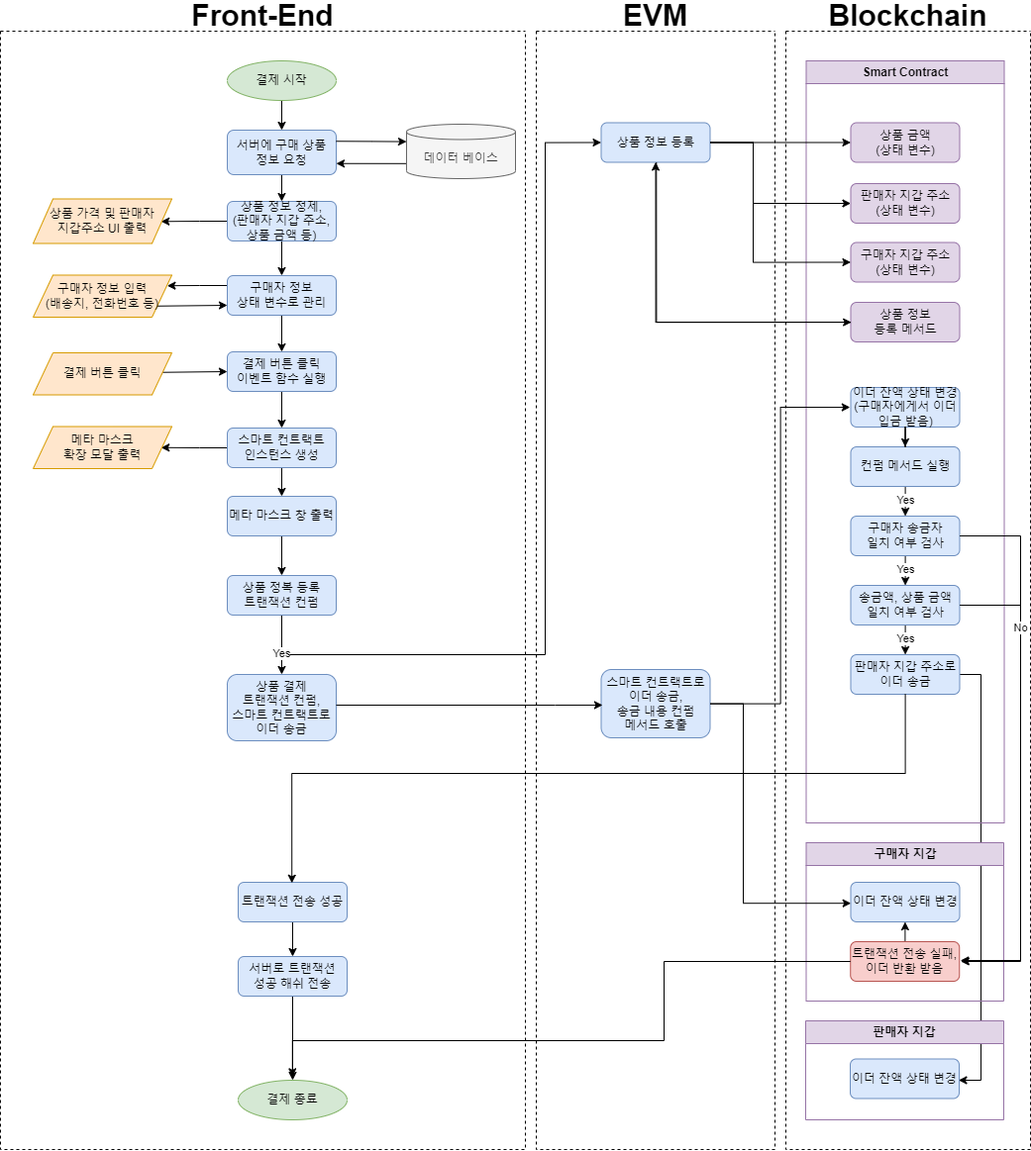
Earlier version of the draw.io export pay-flowchart.drawio.png (djLee77/web3-front). Source tidied: cells renumbered, new cells last; positions are measured from the earlier drawing's top-left corner, leaving out a move shared by most shapes.
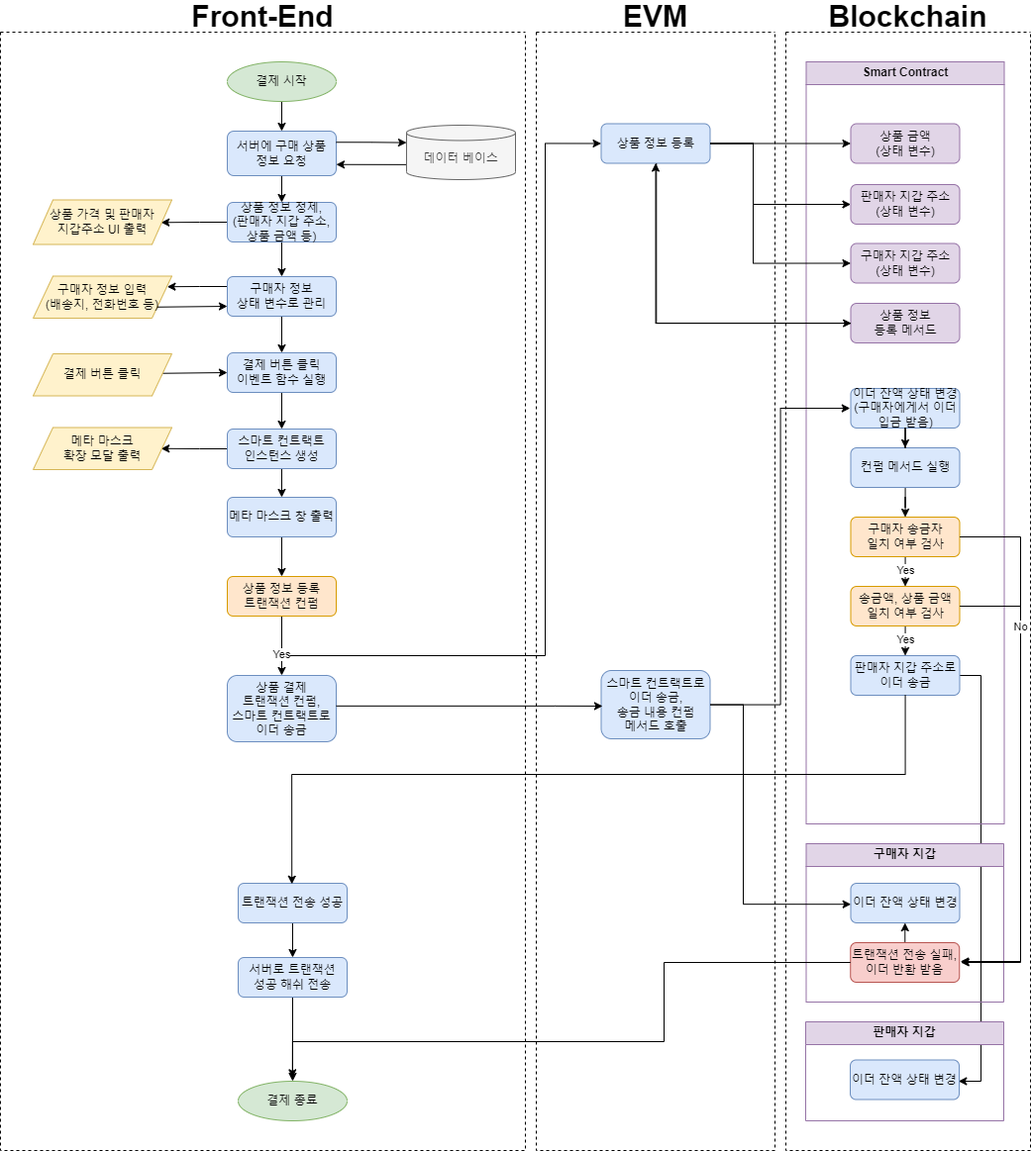
The same diagram one commit later.

Change to the diagram source:
```diff
@@ -32,7 +32,7 @@
     <mxCell id="11" value="구매자 정보 &lt;br&gt;상태 변수로 관리" style="rounded=1;whiteSpace=wrap;html=1;fillColor=#dae8fc;strokeColor=#6c8ebf;" parent="1" vertex="1">
       <mxGeometry x="229" y="247" width="110" height="40" as="geometry" />
     </mxCell>
-    <mxCell id="12" value="상품 가격 및 판매자&lt;br&gt;지갑주소 UI 출력" style="shape=parallelogram;perimeter=parallelogramPerimeter;whiteSpace=wrap;html=1;fixedSize=1;fillColor=#ffe6cc;strokeColor=#d79b00;" parent="1" vertex="1">
+    <mxCell id="12" value="상품 가격 및 판매자&lt;br&gt;지갑주소 UI 출력" style="shape=parallelogram;perimeter=parallelogramPerimeter;whiteSpace=wrap;html=1;fixedSize=1;fillColor=#fff2cc;strokeColor=#d6b656;" parent="1" vertex="1">
       <mxGeometry x="33" y="169.5" width="140" height="45" as="geometry" />
     </mxCell>
     <mxCell id="13" style="edgeStyle=orthogonalEdgeStyle;rounded=0;jettySize=auto;html=1;" parent="1" edge="1" source="14" target="17">
@@ -57,7 +57,7 @@
         </Array>
       </mxGeometry>
     </mxCell>
-    <mxCell id="19" value="구매자 정보 입력&lt;br&gt;(배송지, 전화번호 등)" style="shape=parallelogram;perimeter=parallelogramPerimeter;whiteSpace=wrap;html=1;fixedSize=1;fillColor=#ffe6cc;strokeColor=#d79b00;" parent="1" vertex="1">
+    <mxCell id="19" value="구매자 정보 입력&lt;br&gt;(배송지, 전화번호 등)" style="shape=parallelogram;perimeter=parallelogramPerimeter;whiteSpace=wrap;html=1;fixedSize=1;fillColor=#fff2cc;strokeColor=#d6b656;" parent="1" vertex="1">
       <mxGeometry x="33" y="246.5" width="140" height="42.5" as="geometry" />
     </mxCell>
     <mxCell id="20" style="edgeStyle=orthogonalEdgeStyle;rounded=0;jettySize=auto;html=1;entryX=1;entryY=0.75;entryDx=0;entryDy=0;" parent="1" edge="1" target="5">
@@ -81,7 +81,7 @@
         </Array>
       </mxGeometry>
     </mxCell>
-    <mxCell id="24" value="결제 버튼 클릭" style="shape=parallelogram;perimeter=parallelogramPerimeter;whiteSpace=wrap;html=1;fixedSize=1;fillColor=#ffe6cc;strokeColor=#d79b00;" parent="1" vertex="1">
+    <mxCell id="24" value="결제 버튼 클릭" style="shape=parallelogram;perimeter=parallelogramPerimeter;whiteSpace=wrap;html=1;fixedSize=1;fillColor=#fff2cc;strokeColor=#d6b656;" parent="1" vertex="1">
       <mxGeometry x="33" y="325" width="140" height="42.5" as="geometry" />
     </mxCell>
     <mxCell id="25" value="Front-End" style="swimlane;startSize=0;fontSize=30;verticalAlign=bottom;dashed=1;" parent="1" vertex="1">
@@ -93,10 +93,10 @@
     <mxCell id="27" style="edgeStyle=orthogonalEdgeStyle;rounded=0;jettySize=auto;html=1;" parent="25" edge="1" source="28" target="26">
       <mxGeometry relative="1" as="geometry" />
     </mxCell>
-    <mxCell id="28" value="상품 정복 등록 &lt;br&gt;트랜잭션 컨펌" style="rounded=1;whiteSpace=wrap;html=1;fillColor=#dae8fc;strokeColor=#6c8ebf;" parent="25" vertex="1">
+    <mxCell id="28" value="상품 정보 등록 &lt;br&gt;트랜잭션 컨펌" style="rounded=1;whiteSpace=wrap;html=1;fillColor=#ffe6cc;strokeColor=#d79b00;" parent="25" vertex="1">
       <mxGeometry x="229" y="550" width="110" height="40" as="geometry" />
     </mxCell>
-    <mxCell id="29" value="메타 마스크&lt;br&gt;확장 모달 출력" style="shape=parallelogram;perimeter=parallelogramPerimeter;whiteSpace=wrap;html=1;fixedSize=1;fillColor=#ffe6cc;strokeColor=#d79b00;" parent="25" vertex="1">
+    <mxCell id="29" value="메타 마스크&lt;br&gt;확장 모달 출력" style="shape=parallelogram;perimeter=parallelogramPerimeter;whiteSpace=wrap;html=1;fixedSize=1;fillColor=#fff2cc;strokeColor=#d6b656;" parent="25" vertex="1">
       <mxGeometry x="33" y="399.5" width="140" height="42.5" as="geometry" />
     </mxCell>
     <mxCell id="30" style="edgeStyle=orthogonalEdgeStyle;rounded=0;jettySize=auto;html=1;" parent="25" edge="1" source="31" target="28">
@@ -150,7 +150,7 @@
     <mxCell id="44" value="이더 잔액 상태 변경&lt;br&gt;(구매자에게서 이더 입금 받음)" style="rounded=1;whiteSpace=wrap;html=1;fillColor=#dae8fc;strokeColor=#6c8ebf;" parent="40" vertex="1">
       <mxGeometry x="45" y="330" width="110" height="40" as="geometry" />
     </mxCell>
-    <mxCell id="45" value="Yes" style="edgeStyle=orthogonalEdgeStyle;rounded=0;jettySize=auto;html=1;" parent="40" edge="1" source="46" target="48">
+    <mxCell id="45" style="edgeStyle=orthogonalEdgeStyle;rounded=0;jettySize=auto;html=1;" parent="40" edge="1" source="46" target="48">
       <mxGeometry relative="1" as="geometry" />
     </mxCell>
     <mxCell id="46" value="컨펌 메서드 실행" style="rounded=1;whiteSpace=wrap;html=1;fillColor=#dae8fc;strokeColor=#6c8ebf;" parent="40" vertex="1">
@@ -159,7 +159,7 @@
     <mxCell id="47" value="Yes" style="edgeStyle=orthogonalEdgeStyle;rounded=0;jettySize=auto;html=1;" parent="40" edge="1" source="48" target="51">
       <mxGeometry relative="1" as="geometry" />
     </mxCell>
-    <mxCell id="48" value="구매자 송금자 &lt;br&gt;일치 여부 검사" style="rounded=1;whiteSpace=wrap;html=1;fillColor=#dae8fc;strokeColor=#6c8ebf;" parent="40" vertex="1">
+    <mxCell id="48" value="구매자 송금자 &lt;br&gt;일치 여부 검사" style="rounded=1;whiteSpace=wrap;html=1;fillColor=#ffe6cc;strokeColor=#d79b00;" parent="40" vertex="1">
       <mxGeometry x="45" y="460" width="110" height="40" as="geometry" />
     </mxCell>
     <mxCell id="49" style="edgeStyle=orthogonalEdgeStyle;rounded=0;jettySize=auto;html=1;entryX=0.5;entryY=0;entryDx=0;entryDy=0;entryPerimeter=0;" parent="40" edge="1" source="44" target="46">
@@ -168,7 +168,7 @@
     <mxCell id="50" value="Yes" style="edgeStyle=orthogonalEdgeStyle;rounded=0;jettySize=auto;html=1;" parent="40" edge="1" source="51" target="52">
       <mxGeometry relative="1" as="geometry" />
     </mxCell>
-    <mxCell id="51" value="송금액, 상품 금액&lt;br&gt;일치 여부 검사" style="rounded=1;whiteSpace=wrap;html=1;fillColor=#dae8fc;strokeColor=#6c8ebf;" parent="40" vertex="1">
+    <mxCell id="51" value="송금액, 상품 금액&lt;br&gt;일치 여부 검사" style="rounded=1;whiteSpace=wrap;html=1;fillColor=#ffe6cc;strokeColor=#d79b00;" parent="40" vertex="1">
       <mxGeometry x="45" y="530" width="110" height="40" as="geometry" />
     </mxCell>
     <mxCell id="52" value="판매자 지갑 주소로&lt;br&gt;이더 송금" style="rounded=1;whiteSpace=wrap;html=1;fillColor=#dae8fc;strokeColor=#6c8ebf;" parent="40" vertex="1">
```
